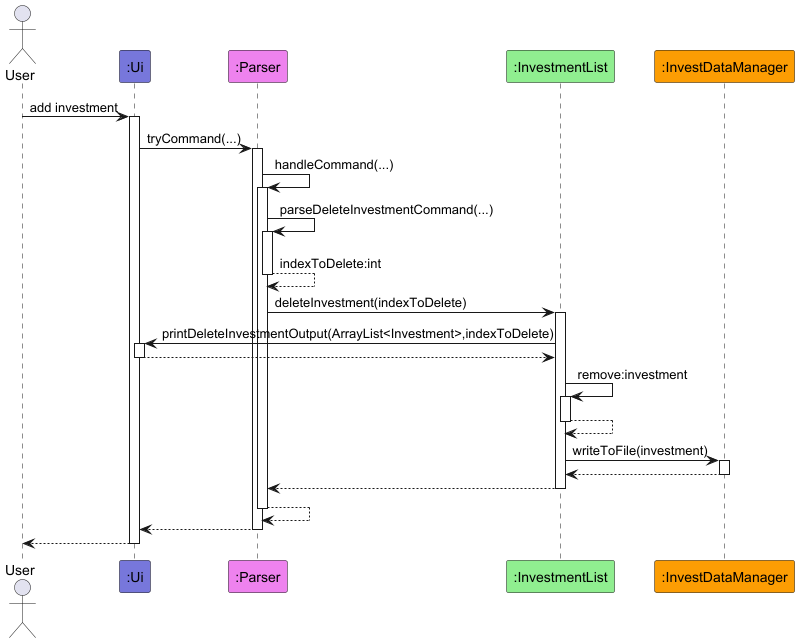
Before: docs/diagrams/investment/DeleteInvestmentSequenceDiagram.png, a diagram exported from PlantUML (AY2526S1-CS2113-T10-1/tp). Source of this version:
```plantuml
@startuml
!include style.puml

actor User

participant ":Ui" as Ui LOGIC_COLOR_T1
participant ":Parser" as Parser LOGIC_COLOR_T2
participant ":InvestmentList" as InvestmentList LOGIC_COLOR_T3
participant ":InvestDataManager" as DataManager LOGIC_COLOR_T4

User -> Ui ++: add investment

Ui -> Parser ++: tryCommand(...)

Parser -> Parser ++: handleCommand(...)

Parser -> Parser ++: parseDeleteInvestmentCommand(...)
return indexToDelete:int

Parser -> InvestmentList ++: deleteInvestment(indexToDelete)

InvestmentList -> Ui ++: printDeleteInvestmentOutput(ArrayList<Investment>,indexToDelete)
return

InvestmentList -> InvestmentList ++: remove:investment
return

InvestmentList -> DataManager ++: writeToFile(investment)
return

return
return
return
return

@enduml
```
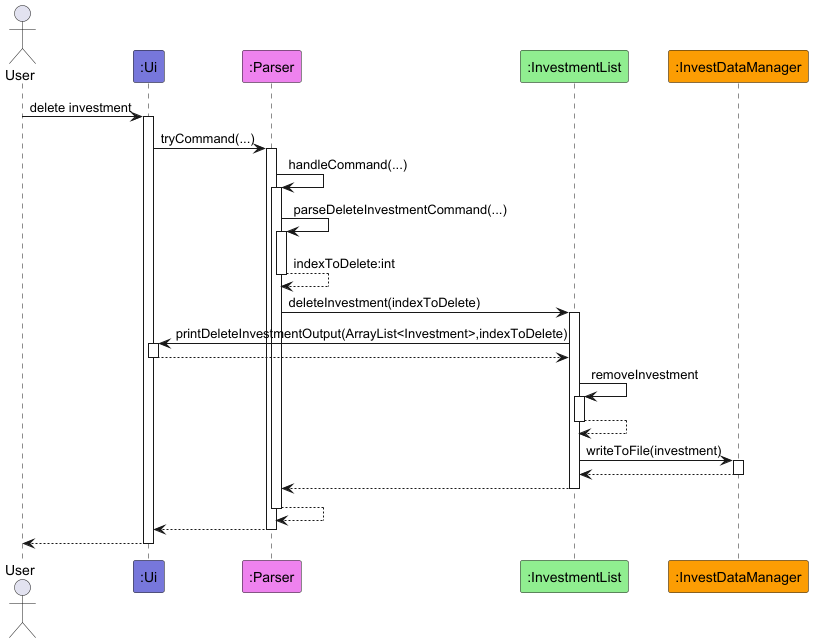
Later version of the same file.

What changed in the source:
```diff
@@ -1,5 +1,5 @@
 @startuml
-!include style.puml
+!include ../style.puml
 
 actor User
 
@@ -8,7 +8,7 @@
 participant ":InvestmentList" as InvestmentList LOGIC_COLOR_T3
 participant ":InvestDataManager" as DataManager LOGIC_COLOR_T4
 
-User -> Ui ++: add investment
+User -> Ui ++: delete investment
 
 Ui -> Parser ++: tryCommand(...)
 
@@ -22,7 +22,7 @@
 InvestmentList -> Ui ++: printDeleteInvestmentOutput(ArrayList<Investment>,indexToDelete)
 return
 
-InvestmentList -> InvestmentList ++: remove:investment
+InvestmentList -> InvestmentList ++: removeInvestment
 return
 
 InvestmentList -> DataManager ++: writeToFile(investment)
```
